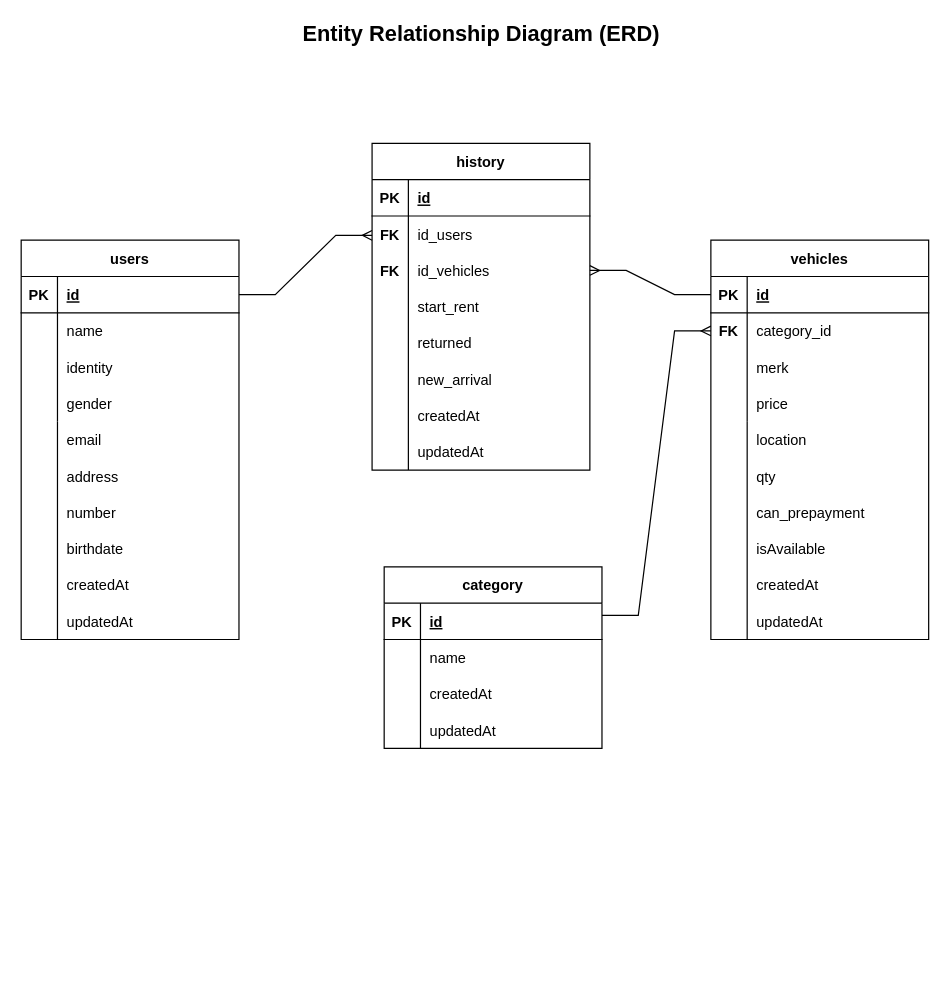
The draw.io diagram page "ERD" (1 of 5) of Flowchart and ERD.drawio in zalfanuramalia/Rentskuy-backend, before the edit. Source tidied: cells renumbered, new cells numbered last; positions are measured from the earlier drawing's top-left corner, leaving out a move shared by most shapes. Both pictures are drawn from the tidied source at 121%, with x=0, y=0 at pixel (21, 22).
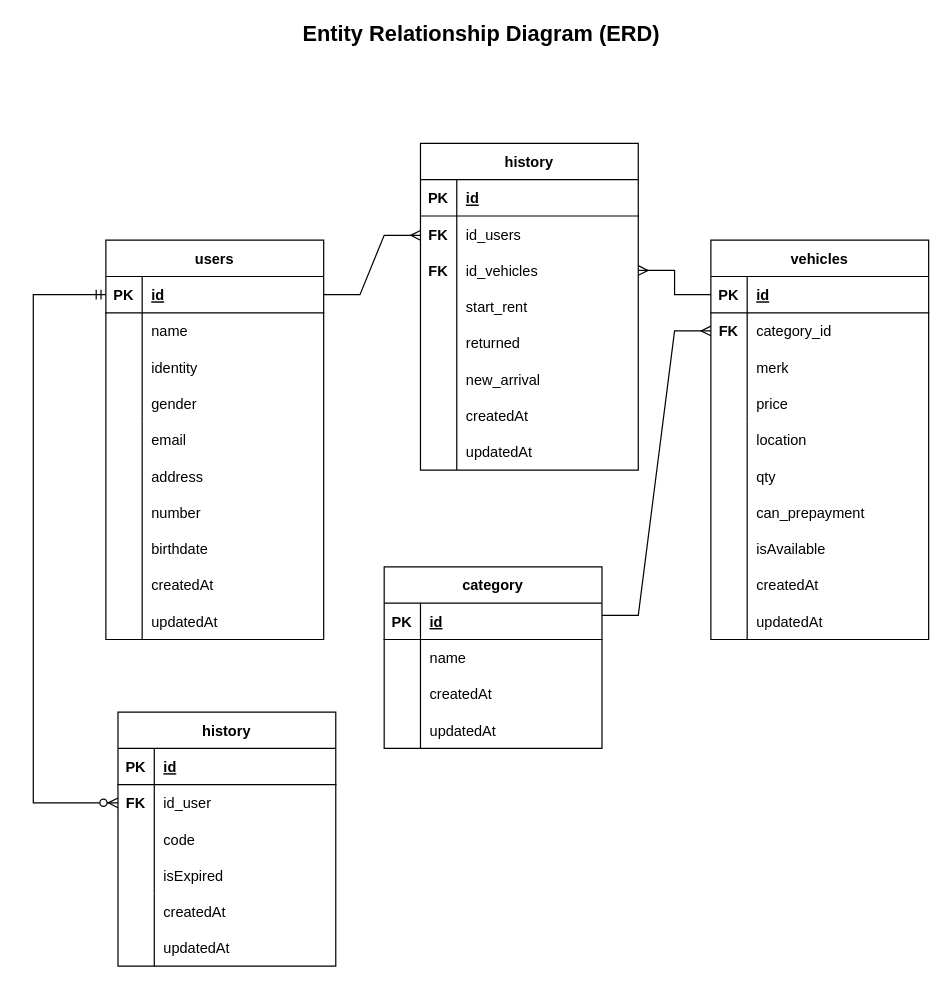
Above is the later version.

The change refers to these unchanged cells:
```xml
<mxCell id="3" style="shape=tableRow;horizontal=0;startSize=0;swimlaneHead=0;swimlaneBody=0;fillColor=none;points=[[0,0.5],[1,0.5]];portConstraint=eastwest;top=0;left=0;right=0;bottom=1;fontSize=12;" parent="2" vertex="1">
  <mxGeometry y="30" width="180" height="30" as="geometry" />
</mxCell>
```

The edit, as a diff of the source:
```diff
@@
     <mxCell id="2" value="users" style="shape=table;startSize=30;childLayout=tableLayout;rowLines=0;fontStyle=1;align=center;fontSize=12;" parent="1" vertex="1">
-      <mxGeometry y="180" width="180" height="330" as="geometry" />
+      <mxGeometry x="70" y="180" width="180" height="330" as="geometry" />
     </mxCell>
@@
     <mxCell id="15" value="email" style="shape=partialRectangle;fillColor=none;top=0;left=0;bottom=0;right=0;align=left;spacingLeft=6;overflow=hidden;fontSize=12;" parent="1" vertex="1">
-      <mxGeometry x="30" y="330" width="150" height="30" as="geometry" />
+      <mxGeometry x="100" y="330" width="150" height="30" as="geometry" />
     </mxCell>
     <mxCell id="16" value="address" style="shape=partialRectangle;fillColor=none;top=0;left=0;bottom=0;right=0;align=left;spacingLeft=6;overflow=hidden;fontSize=12;" parent="1" vertex="1">
-      <mxGeometry x="30" y="360" width="150" height="30" as="geometry" />
+      <mxGeometry x="100" y="360" width="150" height="30" as="geometry" />
     </mxCell>
     <mxCell id="17" value="number" style="shape=partialRectangle;fillColor=none;top=0;left=0;bottom=0;right=0;align=left;spacingLeft=6;overflow=hidden;fontSize=12;" parent="1" vertex="1">
-      <mxGeometry x="30" y="390" width="150" height="30" as="geometry" />
+      <mxGeometry x="100" y="390" width="150" height="30" as="geometry" />
     </mxCell>
     <mxCell id="18" style="endArrow=none;html=1;rounded=0;fontSize=12;" parent="1" edge="1">
       <mxGeometry relative="1" as="geometry">
-        <mxPoint x="30" y="330" as="sourcePoint" />
-        <mxPoint x="30" y="510" as="targetPoint" />
+        <mxPoint x="100" y="330" as="sourcePoint" />
+        <mxPoint x="100" y="510" as="targetPoint" />
       </mxGeometry>
     </mxCell>
     <mxCell id="19" value="birthdate" style="shape=partialRectangle;fillColor=none;top=0;left=0;bottom=0;right=0;align=left;spacingLeft=6;overflow=hidden;fontSize=12;" parent="1" vertex="1">
-      <mxGeometry x="30" y="420" width="150" height="30" as="geometry" />
+      <mxGeometry x="100" y="420" width="150" height="30" as="geometry" />
     </mxCell>
     <mxCell id="20" value="createdAt" style="shape=partialRectangle;fillColor=none;top=0;left=0;bottom=0;right=0;align=left;spacingLeft=6;overflow=hidden;fontSize=12;" parent="1" vertex="1">
-      <mxGeometry x="30" y="450" width="150" height="30" as="geometry" />
+      <mxGeometry x="100" y="450" width="150" height="30" as="geometry" />
     </mxCell>
     <mxCell id="21" value="updatedAt" style="shape=partialRectangle;fillColor=none;top=0;left=0;bottom=0;right=0;align=left;spacingLeft=6;overflow=hidden;fontSize=12;" parent="1" vertex="1">
-      <mxGeometry x="30" y="480" width="150" height="30" as="geometry" />
+      <mxGeometry x="100" y="480" width="150" height="30" as="geometry" />
     </mxCell>
     <mxCell id="22" value="history" style="shape=table;startSize=30;childLayout=tableLayout;rowLines=0;fontStyle=1;align=center;fontSize=12;" parent="1" vertex="1">
-      <mxGeometry x="290" y="100" width="180" height="270" as="geometry" />
+      <mxGeometry x="330" y="100" width="180" height="270" as="geometry" />
     </mxCell>
@@
     <mxCell id="35" value="returned" style="shape=partialRectangle;fillColor=none;top=0;left=0;bottom=0;right=0;align=left;spacingLeft=6;overflow=hidden;fontSize=12;" parent="1" vertex="1">
-      <mxGeometry x="320" y="250" width="150" height="30" as="geometry" />
+      <mxGeometry x="360" y="250" width="150" height="30" as="geometry" />
     </mxCell>
     <mxCell id="36" value="new_arrival" style="shape=partialRectangle;fillColor=none;top=0;left=0;bottom=0;right=0;align=left;spacingLeft=6;overflow=hidden;fontSize=12;" parent="1" vertex="1">
-      <mxGeometry x="320" y="280" width="150" height="30" as="geometry" />
+      <mxGeometry x="360" y="280" width="150" height="30" as="geometry" />
     </mxCell>
     <mxCell id="37" value="createdAt" style="shape=partialRectangle;fillColor=none;top=0;left=0;bottom=0;right=0;align=left;spacingLeft=6;overflow=hidden;fontSize=12;" parent="1" vertex="1">
-      <mxGeometry x="320" y="310" width="150" height="30" as="geometry" />
+      <mxGeometry x="360" y="310" width="150" height="30" as="geometry" />
     </mxCell>
     <mxCell id="38" style="endArrow=none;html=1;rounded=0;fontSize=12;" parent="1" edge="1">
       <mxGeometry relative="1" as="geometry">
-        <mxPoint x="320" y="250" as="sourcePoint" />
-        <mxPoint x="320" y="370" as="targetPoint" />
+        <mxPoint x="360" y="250" as="sourcePoint" />
+        <mxPoint x="360" y="370" as="targetPoint" />
       </mxGeometry>
     </mxCell>
     <mxCell id="39" value="updatedAt" style="shape=partialRectangle;fillColor=none;top=0;left=0;bottom=0;right=0;align=left;spacingLeft=6;overflow=hidden;fontSize=12;" parent="1" vertex="1">
-      <mxGeometry x="320" y="340" width="150" height="30" as="geometry" />
+      <mxGeometry x="360" y="340" width="150" height="30" as="geometry" />
     </mxCell>
     <mxCell id="40" style="edgeStyle=entityRelationEdgeStyle;fontSize=12;html=1;endArrow=ERmany;rounded=0;exitX=1;exitY=0.5;exitDx=0;exitDy=0;" parent="1" edge="1" source="3">
       <mxGeometry relative="1" as="geometry">
-        <mxPoint x="290" y="176" as="targetPoint" />
+        <mxPoint x="330" y="176" as="targetPoint" />
       </mxGeometry>
     </mxCell>
@@
     <mxCell id="61" value="FK" style="shape=partialRectangle;fillColor=none;top=0;left=0;bottom=0;right=0;overflow=hidden;fontSize=12;fontStyle=1;" parent="1" vertex="1">
-      <mxGeometry x="290" y="160" width="30" height="30" as="geometry" />
+      <mxGeometry x="330" y="160" width="30" height="30" as="geometry" />
     </mxCell>
     <mxCell id="62" value="FK" style="shape=partialRectangle;fillColor=none;top=0;left=0;bottom=0;right=0;overflow=hidden;fontSize=12;fontStyle=1;" parent="1" vertex="1">
-      <mxGeometry x="290" y="190" width="30" height="30" as="geometry" />
+      <mxGeometry x="330" y="190" width="30" height="30" as="geometry" />
     </mxCell>
@@
+    <mxCell id="80" value="history" style="shape=table;startSize=30;childLayout=tableLayout;rowLines=0;fontStyle=1;align=center;fontSize=12;" parent="1" vertex="1">
+      <mxGeometry x="80" y="570" width="180" height="210" as="geometry" />
+    </mxCell>
+    <mxCell id="81" style="shape=tableRow;horizontal=0;startSize=0;swimlaneHead=0;swimlaneBody=0;fillColor=none;top=0;left=0;right=0;bottom=1;fontSize=12;" parent="80" vertex="1">
+      <mxGeometry y="30" width="180" height="30" as="geometry" />
+    </mxCell>
+    <mxCell id="82" value="PK" style="shape=partialRectangle;fillColor=none;top=0;left=0;bottom=0;right=0;fontStyle=1;overflow=hidden;fontSize=12;" parent="81" vertex="1">
+      <mxGeometry width="30" height="30" as="geometry" />
+    </mxCell>
+    <mxCell id="83" value="id" style="shape=partialRectangle;fillColor=none;top=0;left=0;bottom=0;right=0;align=left;spacingLeft=6;fontStyle=5;overflow=hidden;fontSize=12;" parent="81" vertex="1">
+      <mxGeometry x="30" width="150" height="30" as="geometry" />
+    </mxCell>
+    <mxCell id="84" style="shape=tableRow;horizontal=0;startSize=0;swimlaneHead=0;swimlaneBody=0;fillColor=none;top=0;left=0;right=0;bottom=0;fontSize=12;" parent="80" vertex="1">
+      <mxGeometry y="60" width="180" height="30" as="geometry" />
+    </mxCell>
+    <mxCell id="85" style="shape=partialRectangle;fillColor=none;top=0;left=0;bottom=0;right=0;overflow=hidden;fontSize=12;" parent="84" vertex="1">
+      <mxGeometry width="30" height="30" as="geometry" />
+    </mxCell>
+    <mxCell id="86" value="id_user" style="shape=partialRectangle;fillColor=none;top=0;left=0;bottom=0;right=0;align=left;spacingLeft=6;overflow=hidden;fontSize=12;" parent="84" vertex="1">
+      <mxGeometry x="30" width="150" height="30" as="geometry" />
+    </mxCell>
+    <mxCell id="87" style="shape=tableRow;horizontal=0;startSize=0;swimlaneHead=0;swimlaneBody=0;fillColor=none;top=0;left=0;right=0;bottom=0;fontSize=12;" parent="80" vertex="1">
+      <mxGeometry y="90" width="180" height="30" as="geometry" />
+    </mxCell>
+    <mxCell id="88" style="shape=partialRectangle;fillColor=none;top=0;left=0;bottom=0;right=0;overflow=hidden;fontSize=12;" parent="87" vertex="1">
+      <mxGeometry width="30" height="30" as="geometry" />
+    </mxCell>
+    <mxCell id="89" value="code" style="shape=partialRectangle;fillColor=none;top=0;left=0;bottom=0;right=0;align=left;spacingLeft=6;overflow=hidden;fontSize=12;" parent="87" vertex="1">
+      <mxGeometry x="30" width="150" height="30" as="geometry" />
+    </mxCell>
+    <mxCell id="90" style="shape=tableRow;horizontal=0;startSize=0;swimlaneHead=0;swimlaneBody=0;fillColor=none;top=0;left=0;right=0;bottom=0;fontSize=12;" parent="80" vertex="1">
+      <mxGeometry y="120" width="180" height="30" as="geometry" />
+    </mxCell>
+    <mxCell id="91" style="shape=partialRectangle;fillColor=none;top=0;left=0;bottom=0;right=0;overflow=hidden;fontSize=12;" parent="90" vertex="1">
+      <mxGeometry width="30" height="30" as="geometry" />
+    </mxCell>
+    <mxCell id="92" value="isExpired" style="shape=partialRectangle;fillColor=none;top=0;left=0;bottom=0;right=0;align=left;spacingLeft=6;overflow=hidden;fontSize=12;" parent="90" vertex="1">
+      <mxGeometry x="30" width="150" height="30" as="geometry" />
+    </mxCell>
+    <mxCell id="93" value="createdAt" style="shape=partialRectangle;fillColor=none;top=0;left=0;bottom=0;right=0;align=left;spacingLeft=6;overflow=hidden;fontSize=12;" parent="1" vertex="1">
+      <mxGeometry x="110" y="720" width="150" height="30" as="geometry" />
+    </mxCell>
+    <mxCell id="94" style="endArrow=none;html=1;rounded=0;fontSize=12;" parent="1" edge="1">
+      <mxGeometry relative="1" as="geometry">
+        <mxPoint x="110" y="720" as="sourcePoint" />
+        <mxPoint x="110" y="780" as="targetPoint" />
+      </mxGeometry>
+    </mxCell>
+    <mxCell id="95" value="updatedAt" style="shape=partialRectangle;fillColor=none;top=0;left=0;bottom=0;right=0;align=left;spacingLeft=6;overflow=hidden;fontSize=12;" parent="1" vertex="1">
+      <mxGeometry x="110" y="750" width="150" height="30" as="geometry" />
+    </mxCell>
+    <mxCell id="96" value="FK" style="shape=partialRectangle;fillColor=none;top=0;left=0;bottom=0;right=0;overflow=hidden;fontSize=12;fontStyle=1;" parent="1" vertex="1">
+      <mxGeometry x="80" y="630" width="30" height="30" as="geometry" />
+    </mxCell>
+    <mxCell id="97" style="edgeStyle=orthogonalEdgeStyle;fontSize=12;html=1;endArrow=ERzeroToMany;startArrow=ERmandOne;rounded=0;exitX=0;exitY=0.5;exitDx=0;exitDy=0;" parent="1" edge="1" source="3">
+      <mxGeometry relative="1" as="geometry">
+        <mxPoint x="80" y="645" as="targetPoint" />
+        <Array as="points">
+          <mxPoint x="10" y="225" />
+          <mxPoint x="10" y="645" />
+        </Array>
+      </mxGeometry>
+    </mxCell>
```
